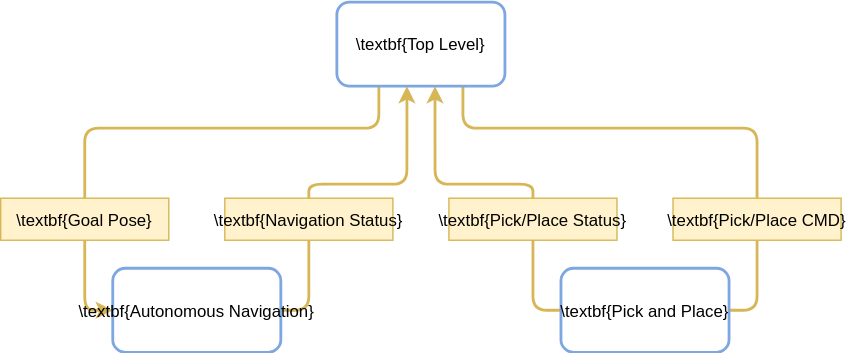
The draw.io diagram Figures/figTopLevelMethod.drawio.svg in orjano-max/ORJANOS_MASTER_REPO, before a commit. Source tidied: cells renumbered, new cells last; positions are measured from the earlier drawing's top-left corner, leaving out a move shared by most shapes.
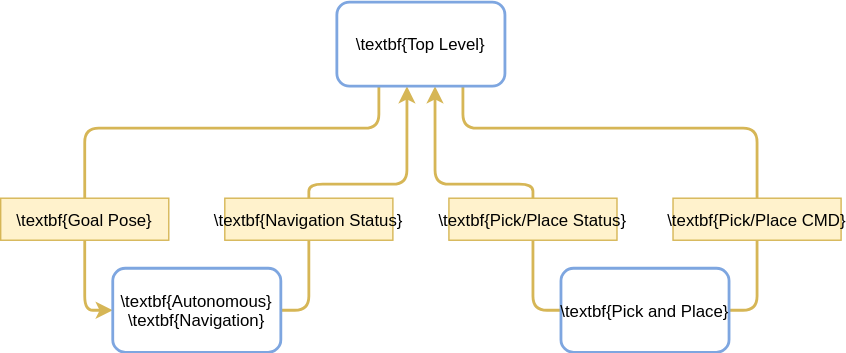
Later version of the same file.

Diff of the diagram source:
```diff
@@ -76,7 +76,7 @@
     <mxCell id="15" value="\textbf{Pick and Place}" style="rounded=1;strokeColor=#7EA6E0;strokeWidth=2;fontStyle=0;" parent="1" vertex="1">
       <mxGeometry x="400" y="190" width="120" height="60" as="geometry" />
     </mxCell>
-    <mxCell id="16" value="\textbf{Autonomous Navigation}" style="rounded=1;strokeColor=#7EA6E0;strokeWidth=2;fontStyle=0;" parent="1" vertex="1">
+    <mxCell id="16" value="\textbf{Autonomous}&#10;\textbf{Navigation}" style="rounded=1;strokeColor=#7EA6E0;strokeWidth=2;fontStyle=0;" parent="1" vertex="1">
       <mxGeometry x="80" y="190" width="120" height="60" as="geometry" />
     </mxCell>
   </root>
```
